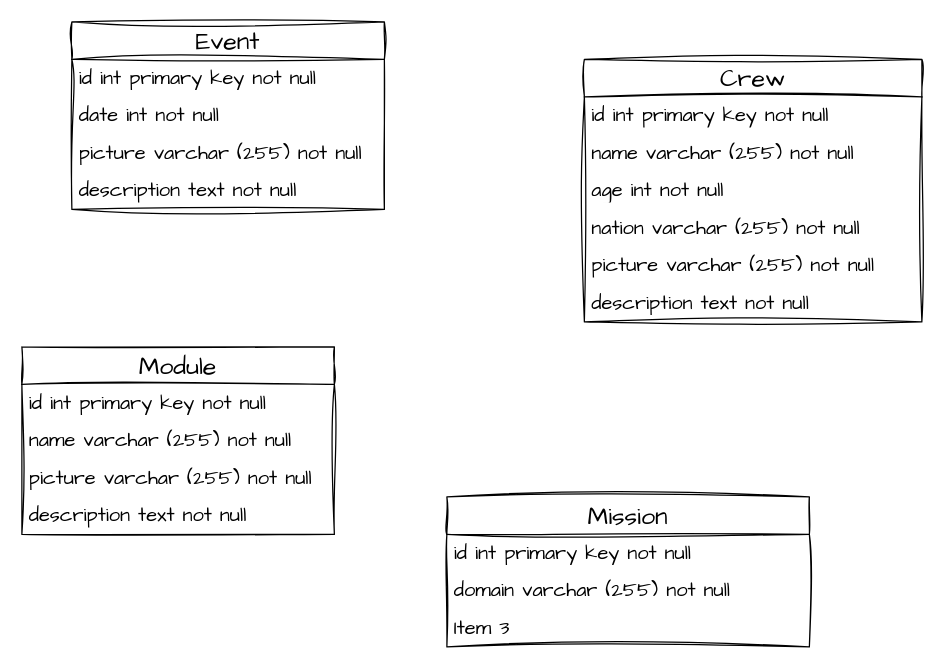
The draw.io diagram DOCS/info.drawio in busy-gnl/space-station-chronicles, before the edit. Source tidied: cells renumbered, new cells numbered last; positions are measured from the earlier drawing's top-left corner, leaving out a move shared by most shapes. Both pictures are drawn from the tidied source at 125%, with x=0, y=0 at pixel (21, 21).
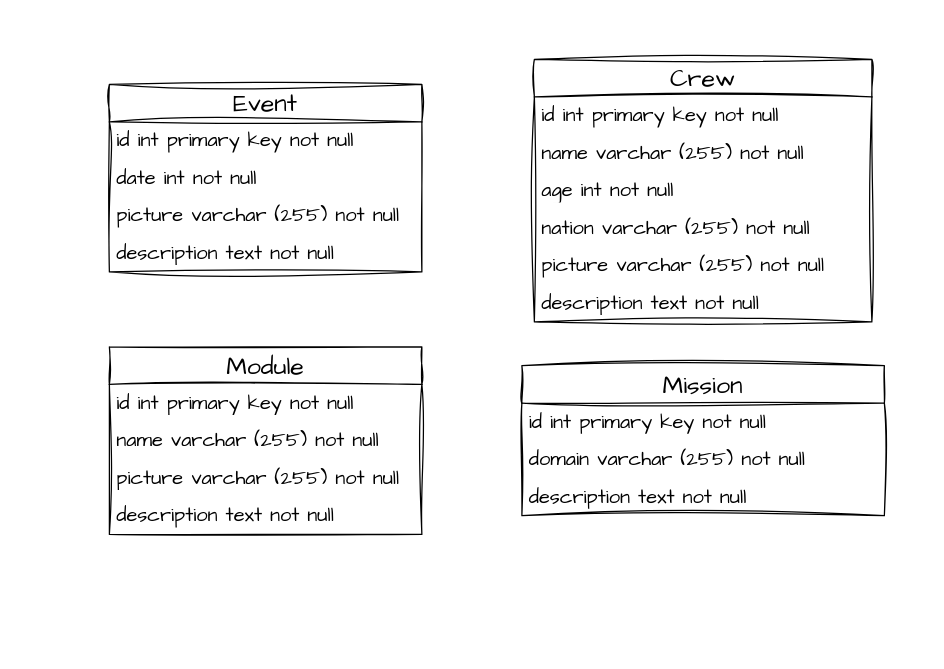
Above is the later version.

Diff of the diagram source:
```diff
@@
     <mxCell id="2" value="Event" style="swimlane;fontStyle=0;horizontal=1;startSize=30;whiteSpace=wrap;html=1;sketch=1;hachureGap=4;jiggle=2;curveFitting=1;fontFamily=Architects Daughter;fontSize=20;" parent="1" vertex="1">
-      <mxGeometry x="40" width="250" height="150" as="geometry" />
+      <mxGeometry x="70" y="50" width="250" height="150" as="geometry" />
     </mxCell>
@@
     <mxCell id="7" value="Crew" style="swimlane;fontStyle=0;horizontal=1;startSize=30;whiteSpace=wrap;html=1;sketch=1;hachureGap=4;jiggle=2;curveFitting=1;fontFamily=Architects Daughter;fontSize=20;" parent="1" vertex="1">
-      <mxGeometry x="450" y="30" width="270" height="210" as="geometry" />
+      <mxGeometry x="410" y="30" width="270" height="210" as="geometry" />
     </mxCell>
@@
     <mxCell id="14" value="Module" style="swimlane;fontStyle=0;horizontal=1;startSize=30;whiteSpace=wrap;html=1;sketch=1;hachureGap=4;jiggle=2;curveFitting=1;fontFamily=Architects Daughter;fontSize=20;" parent="1" vertex="1">
-      <mxGeometry y="260" width="250" height="150" as="geometry" />
+      <mxGeometry x="70" y="260" width="250" height="150" as="geometry" />
     </mxCell>
@@
     <mxCell id="19" value="Mission" style="swimlane;fontStyle=0;horizontal=1;startSize=30;whiteSpace=wrap;html=1;sketch=1;hachureGap=4;jiggle=2;curveFitting=1;fontFamily=Architects Daughter;fontSize=20;" parent="1" vertex="1">
-      <mxGeometry x="340" y="380" width="290" height="120" as="geometry" />
+      <mxGeometry x="400" y="275" width="290" height="120" as="geometry" />
     </mxCell>
@@
-    <mxCell id="22" value="Item 3" style="text;strokeColor=none;fillColor=none;align=left;verticalAlign=middle;spacingLeft=4;spacingRight=4;overflow=hidden;whiteSpace=wrap;html=1;fontSize=16;sketch=1;hachureGap=4;jiggle=2;curveFitting=1;fontFamily=Architects Daughter;" parent="19" vertex="1">
+    <mxCell id="22" value="description text not null" style="text;strokeColor=none;fillColor=none;align=left;verticalAlign=middle;spacingLeft=4;spacingRight=4;overflow=hidden;whiteSpace=wrap;html=1;fontSize=16;sketch=1;hachureGap=4;jiggle=2;curveFitting=1;fontFamily=Architects Daughter;" parent="19" vertex="1">
       <mxGeometry y="90" width="290" height="30" as="geometry" />
     </mxCell>
```
